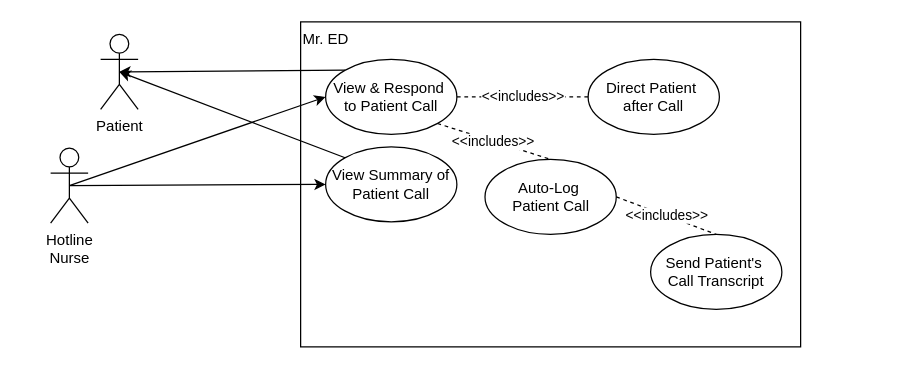
Above: Nurse_Hotline_UseCaseDiagram.drawio in SENG-350-2024-fall/Team9 (draw.io), before the change. Source tidied: cells renumbered, new cells numbered last; positions are measured from the earlier drawing's top-left corner, leaving out a move shared by most shapes. Both pictures are drawn from the tidied source at 125%, with x=0, y=0 at pixel (50, 21).
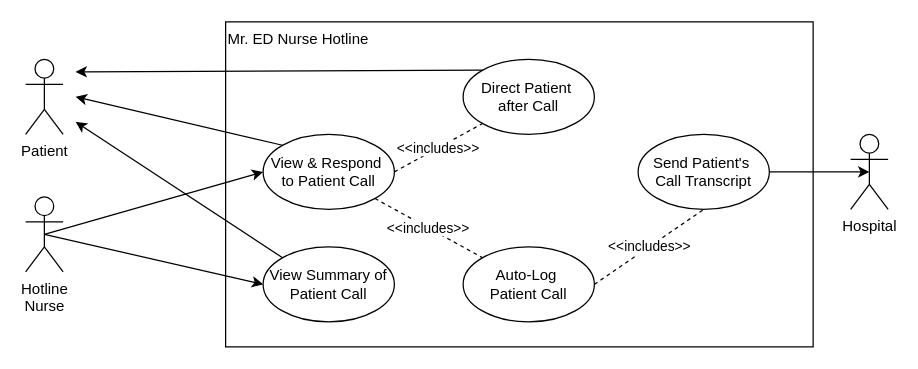
Above is the later version.

The edit, as a diff of the source:
```diff
@@
-    <mxCell id="2" value="Mr. ED" style="rounded=0;whiteSpace=wrap;html=1;fillColor=none;align=left;verticalAlign=top;" parent="1" vertex="1">
-      <mxGeometry x="200" width="400" height="260" as="geometry" />
+    <mxCell id="2" value="Mr. ED Nurse Hotline&lt;div&gt;&lt;br&gt;&lt;/div&gt;" style="rounded=0;whiteSpace=wrap;html=1;fillColor=none;align=left;verticalAlign=top;" parent="1" vertex="1">
+      <mxGeometry x="140" width="470" height="260" as="geometry" />
     </mxCell>
     <mxCell id="3" value="Hotline&lt;div&gt;&lt;span style=&quot;background-color: initial;&quot;&gt;Nurse&lt;/span&gt;&lt;/div&gt;" style="shape=umlActor;verticalLabelPosition=bottom;verticalAlign=top;html=1;outlineConnect=0;align=center;" parent="1" vertex="1">
-      <mxGeometry y="101" width="30" height="60" as="geometry" />
+      <mxGeometry x="-20" y="140" width="30" height="60" as="geometry" />
     </mxCell>
     <mxCell id="4" value="View &amp;amp; Respond&amp;nbsp;&lt;div&gt;to Patient Call&lt;/div&gt;" style="ellipse;whiteSpace=wrap;html=1;" parent="1" vertex="1">
-      <mxGeometry x="220" y="30" width="105" height="60" as="geometry" />
+      <mxGeometry x="170" y="90" width="105" height="60" as="geometry" />
     </mxCell>
     <mxCell id="5" value="View Summary of Patient Call" style="ellipse;whiteSpace=wrap;html=1;" parent="1" vertex="1">
-      <mxGeometry x="220" y="100" width="105" height="60" as="geometry" />
+      <mxGeometry x="170" y="180" width="105" height="60" as="geometry" />
     </mxCell>
     <mxCell id="6" value="Auto-Log&amp;nbsp;&lt;br&gt;Patient Call" style="ellipse;whiteSpace=wrap;html=1;" parent="1" vertex="1">
-      <mxGeometry x="347.5" y="110" width="105" height="60" as="geometry" />
+      <mxGeometry x="330" y="180" width="105" height="60" as="geometry" />
     </mxCell>
     <mxCell id="7" value="Send Patient's&amp;nbsp;&lt;div&gt;Call Transcript&lt;/div&gt;" style="ellipse;whiteSpace=wrap;html=1;" parent="1" vertex="1">
-      <mxGeometry x="480" y="170" width="105" height="60" as="geometry" />
+      <mxGeometry x="470" y="90" width="105" height="60" as="geometry" />
     </mxCell>
     <mxCell id="8" value="&lt;div&gt;Direct Patient&amp;nbsp;&lt;/div&gt;&lt;div&gt;after Call&lt;/div&gt;" style="ellipse;whiteSpace=wrap;html=1;" parent="1" vertex="1">
-      <mxGeometry x="430" y="30" width="105" height="60" as="geometry" />
+      <mxGeometry x="330" y="30" width="105" height="60" as="geometry" />
     </mxCell>
@@
-    <mxCell id="11" value="&amp;lt;&amp;lt;includes&amp;gt;&amp;gt;" style="endArrow=none;dashed=1;html=1;rounded=0;entryX=0.5;entryY=0;entryDx=0;entryDy=0;exitX=1;exitY=0.5;exitDx=0;exitDy=0;" parent="1" edge="1" source="6" target="7">
+    <mxCell id="11" value="&amp;lt;&amp;lt;includes&amp;gt;&amp;gt;" style="endArrow=none;dashed=1;html=1;rounded=0;entryX=0.5;entryY=1;entryDx=0;entryDy=0;exitX=1;exitY=0.5;exitDx=0;exitDy=0;" parent="1" edge="1" source="6" target="7">
       <mxGeometry relative="1" as="geometry" />
     </mxCell>
-    <mxCell id="12" value="&amp;lt;&amp;lt;includes&amp;gt;&amp;gt;" style="endArrow=none;dashed=1;html=1;rounded=0;entryX=0;entryY=0.5;entryDx=0;entryDy=0;exitX=1;exitY=0.5;exitDx=0;exitDy=0;" parent="1" edge="1" source="4" target="8">
+    <mxCell id="12" value="&amp;lt;&amp;lt;includes&amp;gt;&amp;gt;" style="endArrow=none;dashed=1;html=1;rounded=0;entryX=0;entryY=1;entryDx=0;entryDy=0;exitX=1;exitY=0.5;exitDx=0;exitDy=0;" parent="1" edge="1" source="4" target="8">
       <mxGeometry relative="1" as="geometry" />
     </mxCell>
-    <mxCell id="13" value="&amp;lt;&amp;lt;includes&amp;gt;&amp;gt;" style="endArrow=none;dashed=1;html=1;rounded=0;entryX=0.5;entryY=0;entryDx=0;entryDy=0;exitX=1;exitY=1;exitDx=0;exitDy=0;" parent="1" edge="1" source="4" target="6">
+    <mxCell id="13" value="&amp;lt;&amp;lt;includes&amp;gt;&amp;gt;" style="endArrow=none;dashed=1;html=1;rounded=0;entryX=0;entryY=0;entryDx=0;entryDy=0;exitX=1;exitY=1;exitDx=0;exitDy=0;" parent="1" edge="1" source="4" target="6">
       <mxGeometry relative="1" as="geometry" />
     </mxCell>
     <mxCell id="14" value="Patient" style="shape=umlActor;verticalLabelPosition=bottom;verticalAlign=top;html=1;outlineConnect=0;align=center;" parent="1" vertex="1">
-      <mxGeometry x="40" y="10" width="30" height="60" as="geometry" />
+      <mxGeometry x="-20" y="30" width="30" height="60" as="geometry" />
     </mxCell>
-    <mxCell id="15" style="endArrow=classic;html=1;rounded=0;exitX=0;exitY=0;exitDx=0;exitDy=0;entryX=0.5;entryY=0.5;entryDx=0;entryDy=0;entryPerimeter=0;" parent="1" edge="1" source="5" target="14">
-      <mxGeometry relative="1" as="geometry" />
+    <mxCell id="15" style="endArrow=classic;html=1;rounded=0;exitX=0;exitY=0;exitDx=0;exitDy=0;" parent="1" edge="1" source="5">
+      <mxGeometry relative="1" as="geometry">
+        <mxPoint x="20" y="80" as="targetPoint" />
+      </mxGeometry>
     </mxCell>
-    <mxCell id="16" style="endArrow=classic;html=1;rounded=0;exitX=0;exitY=0;exitDx=0;exitDy=0;entryX=0.5;entryY=0.5;entryDx=0;entryDy=0;entryPerimeter=0;" parent="1" edge="1" source="4" target="14">
-      <mxGeometry relative="1" as="geometry" />
+    <mxCell id="16" style="endArrow=classic;html=1;rounded=0;exitX=0;exitY=0;exitDx=0;exitDy=0;" parent="1" edge="1" source="4">
+      <mxGeometry relative="1" as="geometry">
+        <mxPoint x="20" y="60" as="targetPoint" />
+      </mxGeometry>
     </mxCell>
+    <mxCell id="17" style="endArrow=classic;html=1;rounded=0;exitX=0;exitY=0;exitDx=0;exitDy=0;" parent="1" edge="1" source="8">
+      <mxGeometry relative="1" as="geometry">
+        <mxPoint x="20" y="40" as="targetPoint" />
+      </mxGeometry>
+    </mxCell>
+    <mxCell id="18" value="Hospital" style="shape=umlActor;verticalLabelPosition=bottom;verticalAlign=top;html=1;outlineConnect=0;" parent="1" vertex="1">
+      <mxGeometry x="640" y="90" width="30" height="60" as="geometry" />
+    </mxCell>
+    <mxCell id="19" style="endArrow=classic;html=1;rounded=0;entryX=0.5;entryY=0.5;entryDx=0;entryDy=0;entryPerimeter=0;exitX=1;exitY=0.5;exitDx=0;exitDy=0;" parent="1" edge="1" source="7" target="18">
+      <mxGeometry relative="1" as="geometry" />
+    </mxCell>
```
